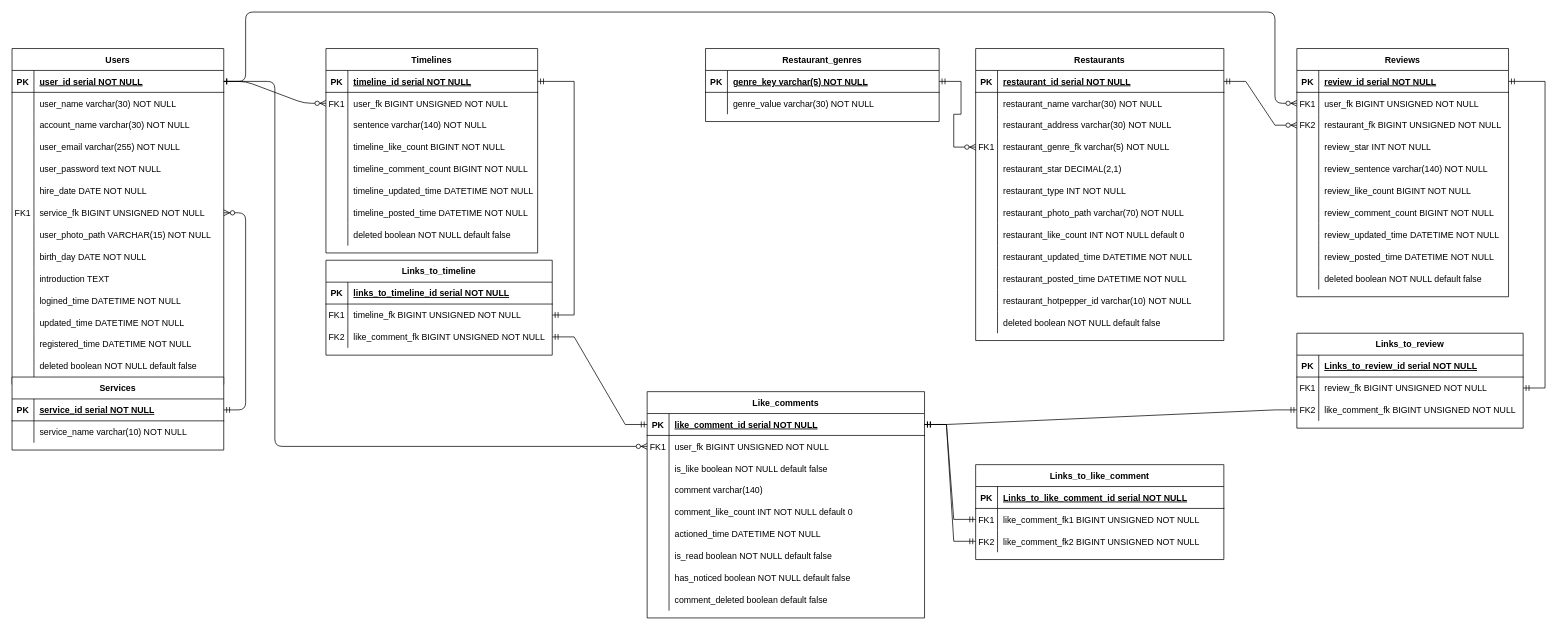
This is document/データベースER図.drawio from jumpei-kurata/SNS-API-BATCH, a draw.io file, before an edit. Source tidied: cells renumbered, new cells numbered last; positions are measured from the earlier drawing's top-left corner, leaving out a move shared by most shapes. Both pictures are drawn from the tidied source at 73%, with x=0, y=0 at pixel (12, 12).
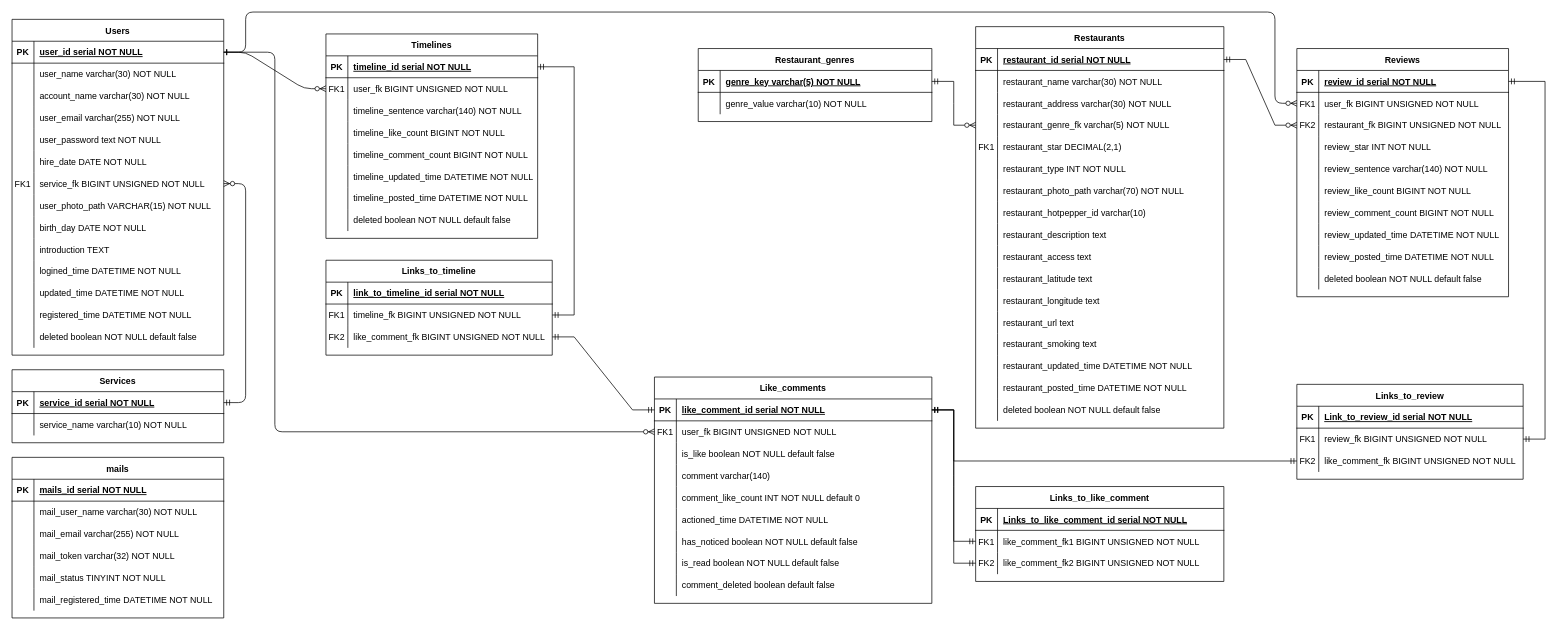
After the change.

Commit message (it also covers changes not shown here):
mailsテーブルまで、ER図とDDLを作成しました。

The change refers to these unchanged cells:
```xml
<mxCell id="10" style="shape=partialRectangle;fillColor=none;top=0;left=0;right=0;bottom=0;" parent="3" vertex="1">
  <mxGeometry y="90" width="290" height="30" as="geometry" />
</mxCell>
<mxCell id="29" style="shape=partialRectangle;fillColor=none;points=[[0,0.5],[1,0.5]];portConstraint=eastwest;top=0;left=0;right=0;bottom=1;" parent="28" vertex="1">
  <mxGeometry y="30" width="290" height="30" as="geometry" />
</mxCell>
<mxCell id="117" style="shape=partialRectangle;fillColor=none;points=[[0,0.5],[1,0.5]];portConstraint=eastwest;top=0;left=0;right=0;bottom=1;" parent="116" vertex="1">
  <mxGeometry y="30" width="380" height="30" as="geometry" />
</mxCell>
<mxCell id="145" style="shape=partialRectangle;fillColor=none;top=0;left=0;right=0;bottom=1;" parent="144" vertex="1">
  <mxGeometry y="30" width="310" height="30" as="geometry" />
</mxCell>
<mxCell id="161" style="shape=partialRectangle;fillColor=none;points=[[0,0.5],[1,0.5]];portConstraint=eastwest;top=0;left=0;right=0;bottom=0;" parent="157" vertex="1">
  <mxGeometry y="60" width="290" height="30" as="geometry" />
</mxCell>
<mxCell id="189" style="shape=partialRectangle;fillColor=none;top=0;left=0;right=0;bottom=1;" parent="188" vertex="1">
  <mxGeometry y="30" width="310" height="30" as="geometry" />
</mxCell>
<mxCell id="195" style="shape=partialRectangle;fillColor=none;points=[[0,0.5],[1,0.5]];portConstraint=eastwest;top=0;left=0;right=0;bottom=0;" parent="188" vertex="1">
  <mxGeometry y="90" width="310" height="30" as="geometry" />
</mxCell>
<mxCell id="217" style="shape=partialRectangle;fillColor=none;top=0;left=0;right=0;bottom=0;" parent="213" vertex="1">
  <mxGeometry y="60" width="320" height="30" as="geometry" />
</mxCell>
```

The edit, as a diff of the source:
```diff
@@
     <mxCell id="3" value="Timelines" style="shape=table;startSize=30;childLayout=tableLayout;rowLines=0;fontStyle=1;align=center;" parent="1" vertex="1">
-      <mxGeometry x="430" y="50" width="290" height="280" as="geometry" />
+      <mxGeometry x="430" y="30" width="290" height="280" as="geometry" />
     </mxCell>
@@
-    <mxCell id="12" value="sentence varchar(140) NOT NULL" style="shape=partialRectangle;overflow=hidden;fillColor=none;top=0;left=0;bottom=0;right=0;align=left;spacingLeft=6;" parent="10" vertex="1">
+    <mxCell id="12" value="timeline_sentence varchar(140) NOT NULL" style="shape=partialRectangle;overflow=hidden;fillColor=none;top=0;left=0;bottom=0;right=0;align=left;spacingLeft=6;" parent="10" vertex="1">
       <mxGeometry x="30" width="260" height="30" as="geometry" />
     </mxCell>
@@
     <mxCell id="28" value="Users" style="shape=table;startSize=30;childLayout=tableLayout;rowLines=0;fontStyle=1;align=center;" parent="1" vertex="1">
-      <mxGeometry y="50" width="290" height="460" as="geometry" />
+      <mxGeometry y="10" width="290" height="460" as="geometry" />
     </mxCell>
@@
     <mxCell id="71" value="Services" style="shape=table;startSize=30;childLayout=tableLayout;rowLines=0;fontStyle=1;align=center;" parent="1" vertex="1">
-      <mxGeometry y="500" width="290" height="100" as="geometry" />
+      <mxGeometry y="490" width="290" height="100" as="geometry" />
     </mxCell>
@@
     <mxCell id="79" value="Restaurants" style="shape=table;startSize=30;childLayout=tableLayout;rowLines=0;fontStyle=1;align=center;" parent="1" vertex="1">
-      <mxGeometry x="1320" y="50" width="340" height="400" as="geometry" />
+      <mxGeometry x="1320" y="20" width="340" height="550" as="geometry" />
     </mxCell>
@@
+    <mxCell id="110" style="shape=partialRectangle;fillColor=none;top=0;left=0;right=0;bottom=0;" parent="79" vertex="1">
+      <mxGeometry y="240" width="340" height="30" as="geometry" />
+    </mxCell>
+    <mxCell id="111" style="shape=partialRectangle;overflow=hidden;fillColor=none;top=0;left=0;bottom=0;right=0;" parent="110" vertex="1">
+      <mxGeometry width="30" height="30" as="geometry" />
+    </mxCell>
+    <mxCell id="112" value="restaurant_hotpepper_id varchar(10)" style="shape=partialRectangle;overflow=hidden;fillColor=none;top=0;left=0;bottom=0;right=0;align=left;spacingLeft=6;" parent="110" vertex="1">
+      <mxGeometry x="30" width="310" height="30" as="geometry" />
+    </mxCell>
+    <mxCell id="223" style="shape=partialRectangle;fillColor=none;top=0;left=0;right=0;bottom=0;" parent="79" vertex="1">
+      <mxGeometry y="270" width="340" height="30" as="geometry" />
+    </mxCell>
+    <mxCell id="224" style="shape=partialRectangle;overflow=hidden;fillColor=none;top=0;left=0;bottom=0;right=0;" parent="223" vertex="1">
+      <mxGeometry width="30" height="30" as="geometry" />
+    </mxCell>
+    <mxCell id="225" value="restaurant_description text" style="shape=partialRectangle;overflow=hidden;fillColor=none;top=0;left=0;bottom=0;right=0;align=left;spacingLeft=6;" parent="223" vertex="1">
+      <mxGeometry x="30" width="310" height="30" as="geometry" />
+    </mxCell>
+    <mxCell id="226" style="shape=partialRectangle;fillColor=none;top=0;left=0;right=0;bottom=0;" parent="79" vertex="1">
+      <mxGeometry y="300" width="340" height="30" as="geometry" />
+    </mxCell>
+    <mxCell id="227" style="shape=partialRectangle;overflow=hidden;fillColor=none;top=0;left=0;bottom=0;right=0;" parent="226" vertex="1">
+      <mxGeometry width="30" height="30" as="geometry" />
+    </mxCell>
+    <mxCell id="228" value="restaurant_access text" style="shape=partialRectangle;overflow=hidden;fillColor=none;top=0;left=0;bottom=0;right=0;align=left;spacingLeft=6;" parent="226" vertex="1">
+      <mxGeometry x="30" width="310" height="30" as="geometry" />
+    </mxCell>
+    <mxCell id="229" style="shape=partialRectangle;fillColor=none;top=0;left=0;right=0;bottom=0;" parent="79" vertex="1">
+      <mxGeometry y="330" width="340" height="30" as="geometry" />
+    </mxCell>
+    <mxCell id="230" style="shape=partialRectangle;overflow=hidden;fillColor=none;top=0;left=0;bottom=0;right=0;" parent="229" vertex="1">
+      <mxGeometry width="30" height="30" as="geometry" />
+    </mxCell>
+    <mxCell id="231" value="restaurant_latitude text" style="shape=partialRectangle;overflow=hidden;fillColor=none;top=0;left=0;bottom=0;right=0;align=left;spacingLeft=6;" parent="229" vertex="1">
+      <mxGeometry x="30" width="310" height="30" as="geometry" />
+    </mxCell>
     <mxCell id="101" style="shape=partialRectangle;fillColor=none;top=0;left=0;right=0;bottom=0;" parent="79" vertex="1">
-      <mxGeometry y="240" width="340" height="30" as="geometry" />
+      <mxGeometry y="360" width="340" height="30" as="geometry" />
     </mxCell>
@@
-    <mxCell id="103" value="restaurant_like_count INT NOT NULL default 0" style="shape=partialRectangle;overflow=hidden;fillColor=none;top=0;left=0;bottom=0;right=0;align=left;spacingLeft=6;" parent="101" vertex="1">
+    <mxCell id="103" value="restaurant_longitude text" style="shape=partialRectangle;overflow=hidden;fillColor=none;top=0;left=0;bottom=0;right=0;align=left;spacingLeft=6;" parent="101" vertex="1">
       <mxGeometry x="30" width="310" height="30" as="geometry" />
     </mxCell>
+    <mxCell id="232" style="shape=partialRectangle;fillColor=none;top=0;left=0;right=0;bottom=0;" parent="79" vertex="1">
+      <mxGeometry y="390" width="340" height="30" as="geometry" />
+    </mxCell>
+    <mxCell id="233" style="shape=partialRectangle;overflow=hidden;fillColor=none;top=0;left=0;bottom=0;right=0;" parent="232" vertex="1">
+      <mxGeometry width="30" height="30" as="geometry" />
+    </mxCell>
+    <mxCell id="234" value="restaurant_url text" style="shape=partialRectangle;overflow=hidden;fillColor=none;top=0;left=0;bottom=0;right=0;align=left;spacingLeft=6;" parent="232" vertex="1">
+      <mxGeometry x="30" width="310" height="30" as="geometry" />
+    </mxCell>
+    <mxCell id="235" style="shape=partialRectangle;fillColor=none;top=0;left=0;right=0;bottom=0;" parent="79" vertex="1">
+      <mxGeometry y="420" width="340" height="30" as="geometry" />
+    </mxCell>
+    <mxCell id="236" style="shape=partialRectangle;overflow=hidden;fillColor=none;top=0;left=0;bottom=0;right=0;" parent="235" vertex="1">
+      <mxGeometry width="30" height="30" as="geometry" />
+    </mxCell>
+    <mxCell id="237" value="restaurant_smoking text" style="shape=partialRectangle;overflow=hidden;fillColor=none;top=0;left=0;bottom=0;right=0;align=left;spacingLeft=6;" parent="235" vertex="1">
+      <mxGeometry x="30" width="310" height="30" as="geometry" />
+    </mxCell>
     <mxCell id="104" style="shape=partialRectangle;fillColor=none;top=0;left=0;right=0;bottom=0;" parent="79" vertex="1">
-      <mxGeometry y="270" width="340" height="30" as="geometry" />
+      <mxGeometry y="450" width="340" height="30" as="geometry" />
     </mxCell>
@@
     <mxCell id="107" style="shape=partialRectangle;fillColor=none;top=0;left=0;right=0;bottom=0;" parent="79" vertex="1">
-      <mxGeometry y="300" width="340" height="30" as="geometry" />
+      <mxGeometry y="480" width="340" height="30" as="geometry" />
     </mxCell>
@@
-    <mxCell id="110" style="shape=partialRectangle;fillColor=none;top=0;left=0;right=0;bottom=0;" parent="79" vertex="1">
-      <mxGeometry y="330" width="340" height="30" as="geometry" />
-    </mxCell>
-    <mxCell id="111" style="shape=partialRectangle;overflow=hidden;fillColor=none;top=0;left=0;bottom=0;right=0;" parent="110" vertex="1">
-      <mxGeometry width="30" height="30" as="geometry" />
-    </mxCell>
-    <mxCell id="112" value="restaurant_hotpepper_id varchar(10) NOT NULL" style="shape=partialRectangle;overflow=hidden;fillColor=none;top=0;left=0;bottom=0;right=0;align=left;spacingLeft=6;" parent="110" vertex="1">
-      <mxGeometry x="30" width="310" height="30" as="geometry" />
-    </mxCell>
     <mxCell id="113" style="shape=partialRectangle;fillColor=none;top=0;left=0;right=0;bottom=0;" parent="79" vertex="1">
-      <mxGeometry y="360" width="340" height="30" as="geometry" />
+      <mxGeometry y="510" width="340" height="30" as="geometry" />
     </mxCell>
@@
     <mxCell id="116" value="Like_comments" style="shape=table;startSize=30;childLayout=tableLayout;rowLines=0;fontStyle=1;align=center;" parent="1" vertex="1">
-      <mxGeometry x="870" y="520" width="380" height="310" as="geometry" />
+      <mxGeometry x="880" y="500" width="380" height="310" as="geometry" />
     </mxCell>
@@
+    <mxCell id="138" style="shape=partialRectangle;fillColor=none;top=0;left=0;right=0;bottom=0;" parent="116" vertex="1">
+      <mxGeometry y="210" width="380" height="30" as="geometry" />
+    </mxCell>
+    <mxCell id="139" style="shape=partialRectangle;overflow=hidden;fillColor=none;top=0;left=0;bottom=0;right=0;" parent="138" vertex="1">
+      <mxGeometry width="30" height="30" as="geometry" />
+    </mxCell>
+    <mxCell id="140" value="has_noticed boolean NOT NULL default false" style="shape=partialRectangle;overflow=hidden;fillColor=none;top=0;left=0;bottom=0;right=0;align=left;spacingLeft=6;" parent="138" vertex="1">
+      <mxGeometry x="30" width="350" height="30" as="geometry" />
+    </mxCell>
     <mxCell id="135" style="shape=partialRectangle;fillColor=none;top=0;left=0;right=0;bottom=0;" parent="116" vertex="1">
-      <mxGeometry y="210" width="380" height="30" as="geometry" />
+      <mxGeometry y="240" width="380" height="30" as="geometry" />
     </mxCell>
@@
-    <mxCell id="138" style="shape=partialRectangle;fillColor=none;top=0;left=0;right=0;bottom=0;" parent="116" vertex="1">
-      <mxGeometry y="240" width="380" height="30" as="geometry" />
-    </mxCell>
-    <mxCell id="139" style="shape=partialRectangle;overflow=hidden;fillColor=none;top=0;left=0;bottom=0;right=0;" parent="138" vertex="1">
-      <mxGeometry width="30" height="30" as="geometry" />
-    </mxCell>
-    <mxCell id="140" value="has_noticed boolean NOT NULL default false" style="shape=partialRectangle;overflow=hidden;fillColor=none;top=0;left=0;bottom=0;right=0;align=left;spacingLeft=6;" parent="138" vertex="1">
-      <mxGeometry x="30" width="350" height="30" as="geometry" />
-    </mxCell>
@@
-    <mxCell id="147" value="links_to_timeline_id serial NOT NULL " style="shape=partialRectangle;overflow=hidden;fillColor=none;top=0;left=0;bottom=0;right=0;align=left;spacingLeft=6;fontStyle=5;" parent="145" vertex="1">
+    <mxCell id="147" value="link_to_timeline_id serial NOT NULL " style="shape=partialRectangle;overflow=hidden;fillColor=none;top=0;left=0;bottom=0;right=0;align=left;spacingLeft=6;fontStyle=5;" parent="145" vertex="1">
       <mxGeometry x="30" width="280" height="30" as="geometry" />
     </mxCell>
@@
     <mxCell id="188" value="Links_to_review" style="shape=table;startSize=30;childLayout=tableLayout;rowLines=0;fontStyle=1;align=center;" parent="1" vertex="1">
-      <mxGeometry x="1760" y="440" width="310" height="130" as="geometry" />
+      <mxGeometry x="1760" y="510" width="310" height="130" as="geometry" />
     </mxCell>
@@
-    <mxCell id="191" value="Links_to_review_id serial NOT NULL " style="shape=partialRectangle;overflow=hidden;fillColor=none;top=0;left=0;bottom=0;right=0;align=left;spacingLeft=6;fontStyle=5;" parent="189" vertex="1">
+    <mxCell id="191" value="Link_to_review_id serial NOT NULL " style="shape=partialRectangle;overflow=hidden;fillColor=none;top=0;left=0;bottom=0;right=0;align=left;spacingLeft=6;fontStyle=5;" parent="189" vertex="1">
       <mxGeometry x="30" width="280" height="30" as="geometry" />
     </mxCell>
@@
     <mxCell id="198" value="Links_to_like_comment" style="shape=table;startSize=30;childLayout=tableLayout;rowLines=0;fontStyle=1;align=center;" parent="1" vertex="1">
-      <mxGeometry x="1320" y="620" width="340" height="130" as="geometry" />
+      <mxGeometry x="1320" y="650" width="340" height="130" as="geometry" />
     </mxCell>
@@
-    <mxCell id="210" style="edgeStyle=entityRelationEdgeStyle;fontSize=12;html=1;endArrow=ERmandOne;startArrow=ERmandOne;rounded=0;" parent="1" edge="1" source="117" target="195">
-      <mxGeometry relative="1" as="geometry" />
+    <mxCell id="210" style="edgeStyle=orthogonalEdgeStyle;fontSize=12;html=1;endArrow=ERmandOne;startArrow=ERmandOne;rounded=0;elbow=vertical;" parent="1" edge="1" source="117" target="195">
+      <mxGeometry relative="1" as="geometry">
+        <Array as="points">
+          <mxPoint x="1290" y="545" />
+          <mxPoint x="1290" y="615" />
+        </Array>
+      </mxGeometry>
     </mxCell>
@@
     <mxCell id="213" value="Restaurant_genres" style="shape=table;startSize=30;childLayout=tableLayout;rowLines=0;fontStyle=1;align=center;" parent="1" vertex="1">
-      <mxGeometry x="950" y="50" width="320" height="100" as="geometry" />
+      <mxGeometry x="940" y="50" width="320" height="100" as="geometry" />
     </mxCell>
@@
-    <mxCell id="219" value="genre_value varchar(30) NOT NULL" style="shape=partialRectangle;overflow=hidden;fillColor=none;top=0;left=0;bottom=0;right=0;align=left;spacingLeft=6;" parent="217" vertex="1">
+    <mxCell id="219" value="genre_value varchar(10) NOT NULL" style="shape=partialRectangle;overflow=hidden;fillColor=none;top=0;left=0;bottom=0;right=0;align=left;spacingLeft=6;" parent="217" vertex="1">
       <mxGeometry x="30" width="290" height="30" as="geometry" />
     </mxCell>
@@
     <mxCell id="222" style="edgeStyle=orthogonalEdgeStyle;endArrow=ERzeroToMany;startArrow=ERone;endFill=1;startFill=0;" parent="1" edge="1" source="29" target="161">
       <mxGeometry relative="1" as="geometry">
         <Array as="points">
-          <mxPoint x="320" y="95" />
+          <mxPoint x="320" y="55" />
           <mxPoint x="320" />
           <mxPoint x="1730" />
           <mxPoint x="1730" y="125" />
         </Array>
       </mxGeometry>
     </mxCell>
+    <mxCell id="238" value="mails" style="shape=table;startSize=30;childLayout=tableLayout;rowLines=0;fontStyle=1;align=center;" parent="1" vertex="1">
+      <mxGeometry y="610" width="290" height="220" as="geometry" />
+    </mxCell>
+    <mxCell id="239" style="shape=partialRectangle;fillColor=none;top=0;left=0;right=0;bottom=1;" parent="238" vertex="1">
+      <mxGeometry y="30" width="290" height="30" as="geometry" />
+    </mxCell>
+    <mxCell id="240" value="PK" style="shape=partialRectangle;overflow=hidden;fillColor=none;top=0;left=0;bottom=0;right=0;fontStyle=1;" parent="239" vertex="1">
+      <mxGeometry width="30" height="30" as="geometry" />
+    </mxCell>
+    <mxCell id="241" value="mails_id serial NOT NULL " style="shape=partialRectangle;overflow=hidden;fillColor=none;top=0;left=0;bottom=0;right=0;align=left;spacingLeft=6;fontStyle=5;" parent="239" vertex="1">
+      <mxGeometry x="30" width="260" height="30" as="geometry" />
+    </mxCell>
+    <mxCell id="242" style="shape=partialRectangle;fillColor=none;top=0;left=0;right=0;bottom=0;" parent="238" vertex="1">
+      <mxGeometry y="60" width="290" height="30" as="geometry" />
+    </mxCell>
+    <mxCell id="243" style="shape=partialRectangle;overflow=hidden;fillColor=none;top=0;left=0;bottom=0;right=0;" parent="242" vertex="1">
+      <mxGeometry width="30" height="30" as="geometry" />
+    </mxCell>
+    <mxCell id="244" value="mail_user_name varchar(30) NOT NULL" style="shape=partialRectangle;overflow=hidden;fillColor=none;top=0;left=0;bottom=0;right=0;align=left;spacingLeft=6;" parent="242" vertex="1">
+      <mxGeometry x="30" width="260" height="30" as="geometry" />
+    </mxCell>
+    <mxCell id="245" style="shape=partialRectangle;fillColor=none;top=0;left=0;right=0;bottom=0;" parent="238" vertex="1">
+      <mxGeometry y="90" width="290" height="30" as="geometry" />
+    </mxCell>
+    <mxCell id="246" style="shape=partialRectangle;overflow=hidden;fillColor=none;top=0;left=0;bottom=0;right=0;" parent="245" vertex="1">
+      <mxGeometry width="30" height="30" as="geometry" />
+    </mxCell>
+    <mxCell id="247" value="mail_email varchar(255) NOT NULL" style="shape=partialRectangle;overflow=hidden;fillColor=none;top=0;left=0;bottom=0;right=0;align=left;spacingLeft=6;" parent="245" vertex="1">
+      <mxGeometry x="30" width="260" height="30" as="geometry" />
+    </mxCell>
+    <mxCell id="248" style="shape=partialRectangle;fillColor=none;top=0;left=0;right=0;bottom=0;" parent="238" vertex="1">
+      <mxGeometry y="120" width="290" height="30" as="geometry" />
+    </mxCell>
+    <mxCell id="249" style="shape=partialRectangle;overflow=hidden;fillColor=none;top=0;left=0;bottom=0;right=0;" parent="248" vertex="1">
+      <mxGeometry width="30" height="30" as="geometry" />
+    </mxCell>
+    <mxCell id="250" value="mail_token varchar(32) NOT NULL" style="shape=partialRectangle;overflow=hidden;fillColor=none;top=0;left=0;bottom=0;right=0;align=left;spacingLeft=6;" parent="248" vertex="1">
+      <mxGeometry x="30" width="260" height="30" as="geometry" />
+    </mxCell>
+    <mxCell id="251" style="shape=partialRectangle;fillColor=none;top=0;left=0;right=0;bottom=0;" parent="238" vertex="1">
+      <mxGeometry y="150" width="290" height="30" as="geometry" />
+    </mxCell>
+    <mxCell id="252" style="shape=partialRectangle;overflow=hidden;fillColor=none;top=0;left=0;bottom=0;right=0;" parent="251" vertex="1">
+      <mxGeometry width="30" height="30" as="geometry" />
+    </mxCell>
+    <mxCell id="253" value="mail_status TINYINT NOT NULL" style="shape=partialRectangle;overflow=hidden;fillColor=none;top=0;left=0;bottom=0;right=0;align=left;spacingLeft=6;" parent="251" vertex="1">
+      <mxGeometry x="30" width="260" height="30" as="geometry" />
+    </mxCell>
+    <mxCell id="254" style="shape=partialRectangle;fillColor=none;top=0;left=0;right=0;bottom=0;" parent="238" vertex="1">
+      <mxGeometry y="180" width="290" height="30" as="geometry" />
+    </mxCell>
+    <mxCell id="255" style="shape=partialRectangle;overflow=hidden;fillColor=none;top=0;left=0;bottom=0;right=0;" parent="254" vertex="1">
+      <mxGeometry width="30" height="30" as="geometry" />
+    </mxCell>
+    <mxCell id="256" value="mail_registered_time DATETIME NOT NULL" style="shape=partialRectangle;overflow=hidden;fillColor=none;top=0;left=0;bottom=0;right=0;align=left;spacingLeft=6;" parent="254" vertex="1">
+      <mxGeometry x="30" width="260" height="30" as="geometry" />
+    </mxCell>
```
